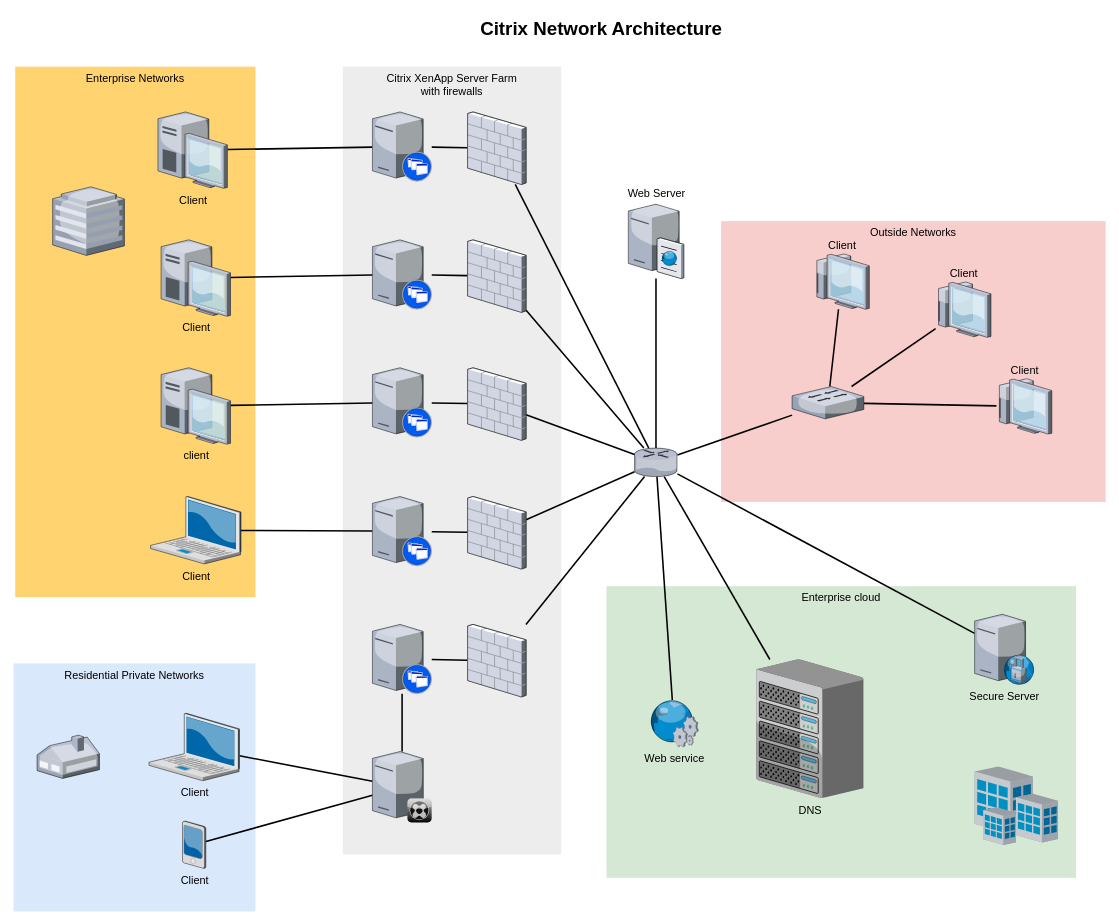
Earlier version of the draw.io diagram 未命名绘图.drawio (MaskJS/draw.io). Source tidied: cells renumbered, new cells numbered last; positions are measured from the earlier drawing's top-left corner, leaving out a move shared by most shapes. Both pictures are drawn from the tidied source at 78%, with x=0, y=0 at pixel (13, 13).
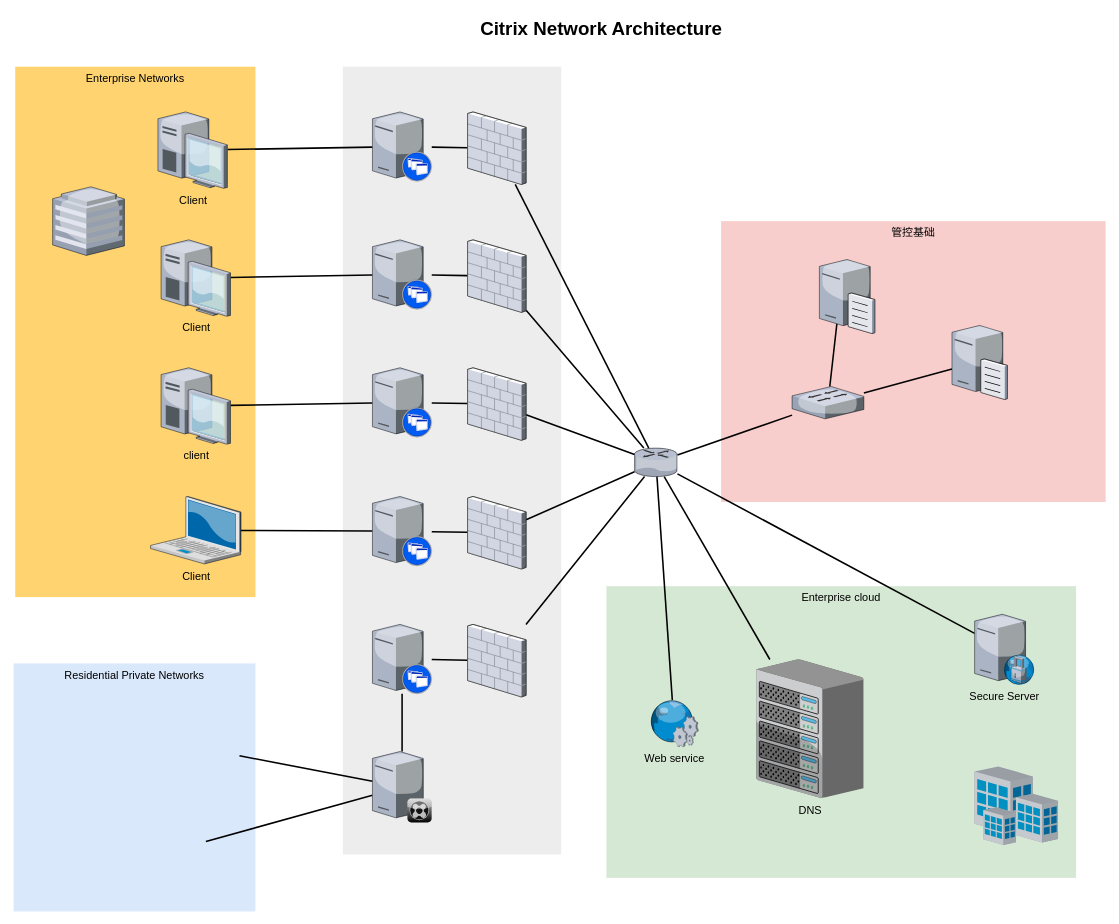
The same diagram, later.

The change refers to these unchanged cells:
```xml
<mxCell id="33" style="verticalLabelPosition=bottom;html=1;verticalAlign=top;strokeColor=none;shape=mxgraph.citrix.router;fillColor=#66B2FF;gradientColor=#0066CC;fontSize=14;" parent="1" vertex="1">
  <mxGeometry x="796" y="557" width="55" height="36.5" as="geometry" />
</mxCell>
<mxCell id="35" style="verticalLabelPosition=bottom;html=1;verticalAlign=top;strokeColor=none;shape=mxgraph.citrix.xenclient_synchronizer;fillColor=#CCCCCC;gradientColor=#000000;gradientDirection=south;fontSize=14;" parent="1" vertex="1">
  <mxGeometry x="460" y="946" width="76" height="91" as="geometry" />
</mxCell>
<mxCell id="54" style="verticalLabelPosition=bottom;html=1;verticalAlign=top;strokeColor=none;shape=mxgraph.citrix.switch;fillColor=#66B2FF;gradientColor=#0066CC;fontSize=14;" parent="1" vertex="1">
  <mxGeometry x="998" y="478" width="92" height="41.5" as="geometry" />
</mxCell>
```

Change to the diagram source:
```diff
@@
-    <mxCell id="2" value="Outside Networks" style="whiteSpace=wrap;html=1;fillColor=#f8cecc;fontSize=14;strokeColor=none;verticalAlign=top;" parent="1" vertex="1">
+    <mxCell id="2" value="管控基础" style="whiteSpace=wrap;html=1;fillColor=#f8cecc;fontSize=14;strokeColor=none;verticalAlign=top;" parent="1" vertex="1">
       <mxGeometry x="907" y="266" width="493" height="360" as="geometry" />
     </mxCell>
@@
-    <mxCell id="4" value="Citrix XenApp Server Farm&lt;div&gt;with firewalls&lt;/div&gt;" style="whiteSpace=wrap;html=1;fillColor=#EDEDED;fontSize=14;strokeColor=none;verticalAlign=top;" parent="1" vertex="1">
+    <mxCell id="4" style="whiteSpace=wrap;html=1;fillColor=#EDEDED;fontSize=14;strokeColor=none;verticalAlign=top;" parent="1" vertex="1">
       <mxGeometry x="422" y="68" width="280" height="1010" as="geometry" />
     </mxCell>
@@
-    <mxCell id="7" style="edgeStyle=none;rounded=0;html=1;startSize=10;endSize=10;jettySize=auto;fontSize=14;endArrow=none;endFill=0;strokeWidth=2;" parent="1" edge="1" source="8" target="35">
-      <mxGeometry relative="1" as="geometry" />
+    <mxCell id="7" style="edgeStyle=none;rounded=0;html=1;startSize=10;endSize=10;jettySize=auto;fontSize=14;endArrow=none;endFill=0;strokeWidth=2;" parent="1" edge="1" target="35">
+      <mxGeometry relative="1" as="geometry">
+        <mxPoint x="289.5" y="951.4" as="sourcePoint" />
+      </mxGeometry>
     </mxCell>
-    <mxCell id="8" value="Client" style="verticalLabelPosition=bottom;html=1;verticalAlign=top;strokeColor=none;shape=mxgraph.citrix.laptop_2;fillColor=#66B2FF;gradientColor=#0066CC;fontSize=14;" parent="1" vertex="1">
-      <mxGeometry x="173.5" y="897" width="116" height="86.5" as="geometry" />
-    </mxCell>
@@
-    <mxCell id="17" style="edgeStyle=none;rounded=0;html=1;startSize=10;endSize=10;jettySize=auto;fontSize=14;endArrow=none;endFill=0;strokeWidth=2;" parent="1" edge="1" source="18" target="35">
-      <mxGeometry relative="1" as="geometry" />
+    <mxCell id="17" style="edgeStyle=none;rounded=0;html=1;startSize=10;endSize=10;jettySize=auto;fontSize=14;endArrow=none;endFill=0;strokeWidth=2;" parent="1" edge="1" target="35">
+      <mxGeometry relative="1" as="geometry">
+        <mxPoint x="246.5" y="1061.3" as="sourcePoint" />
+      </mxGeometry>
     </mxCell>
-    <mxCell id="18" value="Client" style="verticalLabelPosition=bottom;html=1;verticalAlign=top;strokeColor=none;shape=mxgraph.citrix.pda;fillColor=#66B2FF;gradientColor=#0066CC;fontSize=14;" parent="1" vertex="1">
-      <mxGeometry x="216.5" y="1035" width="30" height="61" as="geometry" />
-    </mxCell>
@@
-    <mxCell id="30" style="edgeStyle=none;rounded=0;html=1;startSize=10;endSize=10;jettySize=auto;fontSize=14;endArrow=none;endFill=0;strokeWidth=2;" parent="1" edge="1" source="33" target="36">
-      <mxGeometry relative="1" as="geometry" />
-    </mxCell>
@@
-    <mxCell id="36" value="Web Server" style="verticalLabelPosition=top;html=1;verticalAlign=bottom;strokeColor=none;shape=mxgraph.citrix.cache_server;fillColor=#66B2FF;gradientColor=#0066CC;fontSize=14;labelPosition=center;align=center;" parent="1" vertex="1">
-      <mxGeometry x="788" y="242" width="71" height="97.5" as="geometry" />
-    </mxCell>
@@
-    <mxCell id="48" style="verticalLabelPosition=bottom;html=1;verticalAlign=top;strokeColor=none;shape=mxgraph.citrix.home_office;fillColor=#66B2FF;gradientColor=#0066CC;fontSize=14;" parent="1" vertex="1">
-      <mxGeometry x="30" y="925" width="80" height="55.5" as="geometry" />
-    </mxCell>
@@
-    <mxCell id="51" style="edgeStyle=none;rounded=0;html=1;startSize=10;endSize=10;jettySize=auto;fontSize=14;endArrow=none;endFill=0;strokeWidth=2;" parent="1" edge="1" source="54" target="57">
-      <mxGeometry relative="1" as="geometry" />
+    <mxCell id="51" style="edgeStyle=none;rounded=0;html=1;startSize=10;endSize=10;jettySize=auto;fontSize=14;endArrow=none;endFill=0;strokeWidth=2;" parent="1" edge="1" source="54">
+      <mxGeometry relative="1" as="geometry">
+        <mxPoint x="1057.5" y="379" as="targetPoint" />
+      </mxGeometry>
     </mxCell>
-    <mxCell id="52" style="edgeStyle=none;rounded=0;html=1;startSize=10;endSize=10;jettySize=auto;fontSize=14;endArrow=none;endFill=0;strokeWidth=2;" parent="1" edge="1" source="54" target="56">
+    <mxCell id="52" style="edgeStyle=none;rounded=0;html=1;startSize=10;endSize=10;jettySize=auto;fontSize=14;endArrow=none;endFill=0;strokeWidth=2;" parent="1" edge="1" source="54" target="63">
       <mxGeometry relative="1" as="geometry" />
     </mxCell>
-    <mxCell id="53" style="edgeStyle=none;rounded=0;html=1;startSize=10;endSize=10;jettySize=auto;fontSize=14;endArrow=none;endFill=0;strokeWidth=2;" parent="1" edge="1" source="54" target="55">
-      <mxGeometry relative="1" as="geometry" />
-    </mxCell>
@@
-    <mxCell id="55" value="Client" style="verticalLabelPosition=top;html=1;verticalAlign=bottom;strokeColor=none;shape=mxgraph.citrix.thin_client;fillColor=#66B2FF;gradientColor=#0066CC;fontSize=14;labelPosition=center;align=center;" parent="1" vertex="1">
-      <mxGeometry x="1260" y="468" width="71" height="71" as="geometry" />
-    </mxCell>
-    <mxCell id="56" value="Client" style="verticalLabelPosition=top;html=1;verticalAlign=bottom;strokeColor=none;shape=mxgraph.citrix.thin_client;fillColor=#66B2FF;gradientColor=#0066CC;fontSize=14;labelPosition=center;align=center;" parent="1" vertex="1">
-      <mxGeometry x="1182" y="344" width="71" height="71" as="geometry" />
-    </mxCell>
-    <mxCell id="57" value="Client" style="verticalLabelPosition=top;html=1;verticalAlign=bottom;strokeColor=none;shape=mxgraph.citrix.thin_client;fillColor=#66B2FF;gradientColor=#0066CC;fontSize=14;labelPosition=center;align=center;" parent="1" vertex="1">
-      <mxGeometry x="1026" y="308" width="71" height="71" as="geometry" />
-    </mxCell>
@@
+    <mxCell id="62" style="verticalLabelPosition=bottom;sketch=0;html=1;verticalAlign=top;strokeColor=none;align=center;shape=mxgraph.citrix.file_server;" parent="1" vertex="1">
+      <mxGeometry x="1033" y="313" width="71" height="97" as="geometry" />
+    </mxCell>
+    <mxCell id="63" style="verticalLabelPosition=bottom;sketch=0;html=1;verticalAlign=top;strokeColor=none;align=center;outlineConnect=0;shape=mxgraph.citrix.file_server;" parent="1" vertex="1">
+      <mxGeometry x="1203" y="397.5" width="71" height="97" as="geometry" />
+    </mxCell>
```
